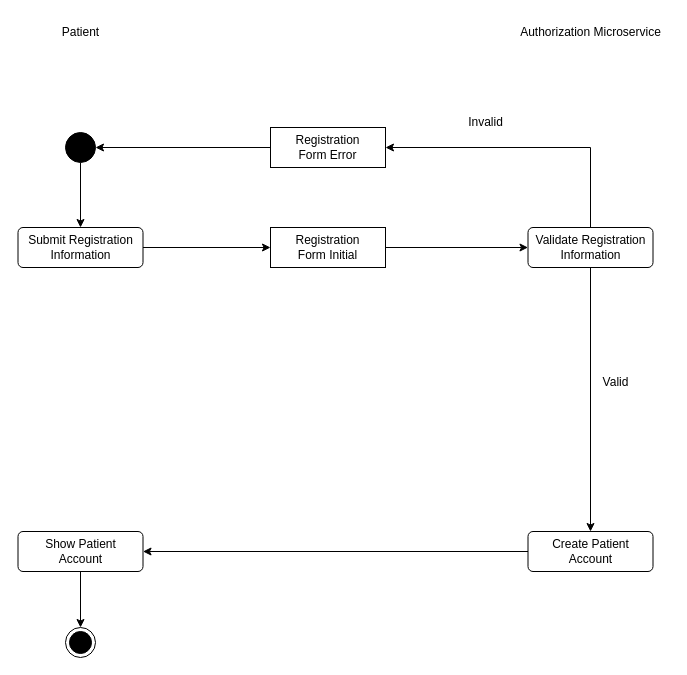
Earlier version of the draw.io diagram images/Register Activity Diagram.drawio (uvic-teach/project-m1-team1). Source tidied: cells renumbered, new cells numbered last; positions are measured from the earlier drawing's top-left corner, leaving out a move shared by most shapes. Both pictures are drawn from the tidied source at 100%, with x=0, y=0 at pixel (18, 17).
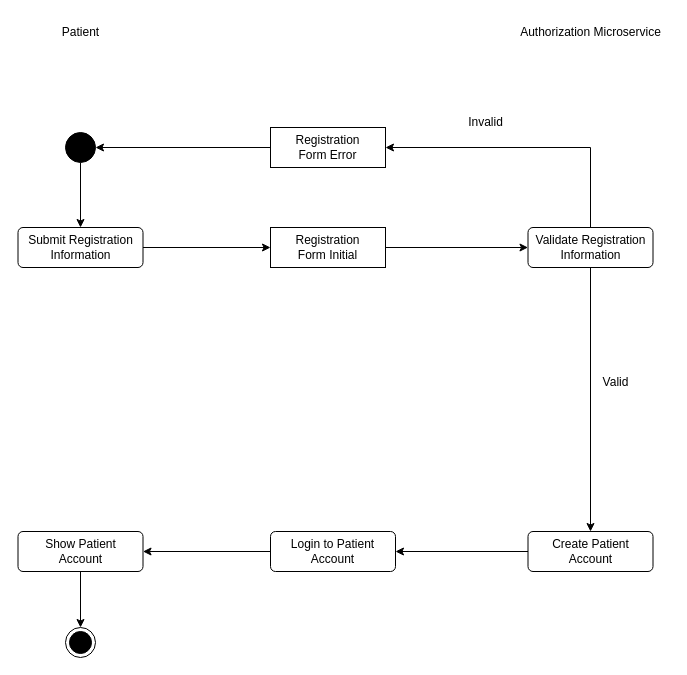
After the change.

Unchanged cells that the change refers to:
```xml
<mxCell id="12" value="Create Patient&lt;br&gt;Account" style="html=1;align=center;verticalAlign=middle;rounded=1;absoluteArcSize=1;arcSize=10;dashed=0;whiteSpace=wrap;" parent="1" vertex="1">
  <mxGeometry x="509.5" y="514" width="125" height="40" as="geometry" />
</mxCell>
<mxCell id="15" value="Show Patient&lt;br&gt;Account" style="html=1;align=center;verticalAlign=middle;rounded=1;absoluteArcSize=1;arcSize=10;dashed=0;whiteSpace=wrap;" parent="1" vertex="1">
  <mxGeometry x="-0.5" y="514" width="125" height="40" as="geometry" />
</mxCell>
```

What changed in the source:
```diff
@@
-    <mxCell id="11" style="edgeStyle=orthogonalEdgeStyle;rounded=0;jettySize=auto;html=1;entryX=1;entryY=0.5;entryDx=0;entryDy=0;" parent="1" edge="1" source="12" target="15">
+    <mxCell id="11" style="edgeStyle=orthogonalEdgeStyle;rounded=0;jettySize=auto;html=1;entryX=1;entryY=0.5;entryDx=0;entryDy=0;" parent="1" edge="1" source="12" target="23">
       <mxGeometry relative="1" as="geometry" />
     </mxCell>
@@
+    <mxCell id="22" style="edgeStyle=orthogonalEdgeStyle;rounded=0;jettySize=auto;html=1;" parent="1" edge="1" source="23" target="15">
+      <mxGeometry relative="1" as="geometry" />
+    </mxCell>
+    <mxCell id="23" value="Login to Patient&lt;br&gt;Account" style="html=1;align=center;verticalAlign=middle;rounded=1;absoluteArcSize=1;arcSize=10;dashed=0;whiteSpace=wrap;" parent="1" vertex="1">
+      <mxGeometry x="252" y="514" width="125" height="40" as="geometry" />
+    </mxCell>
```
